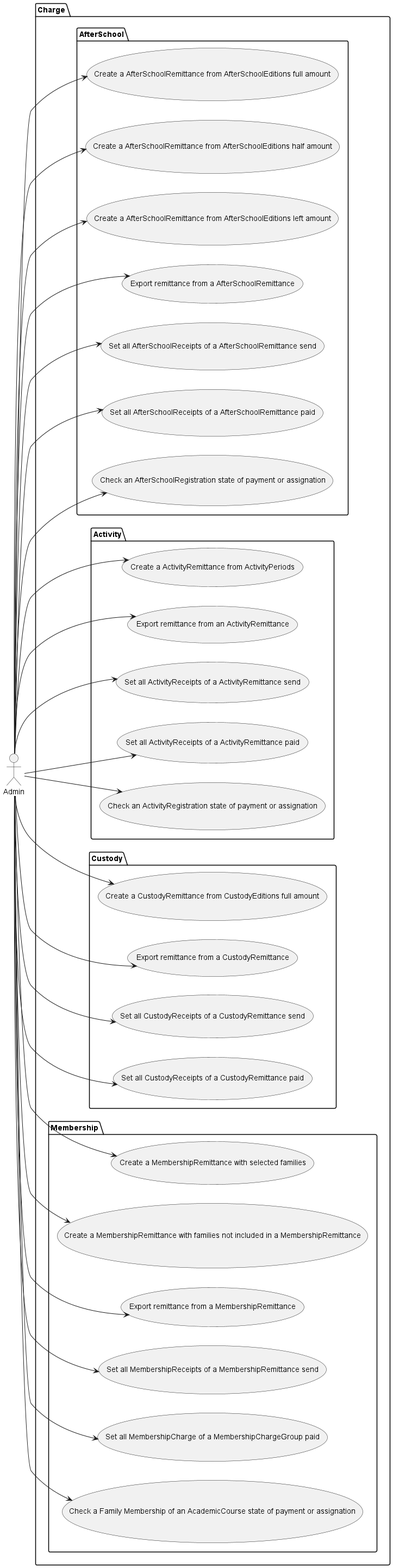
Before: doc/UseCasesDiagram/Charge/Charge.png, a diagram exported from PlantUML (IgnacioMaestro/ampa-manager).
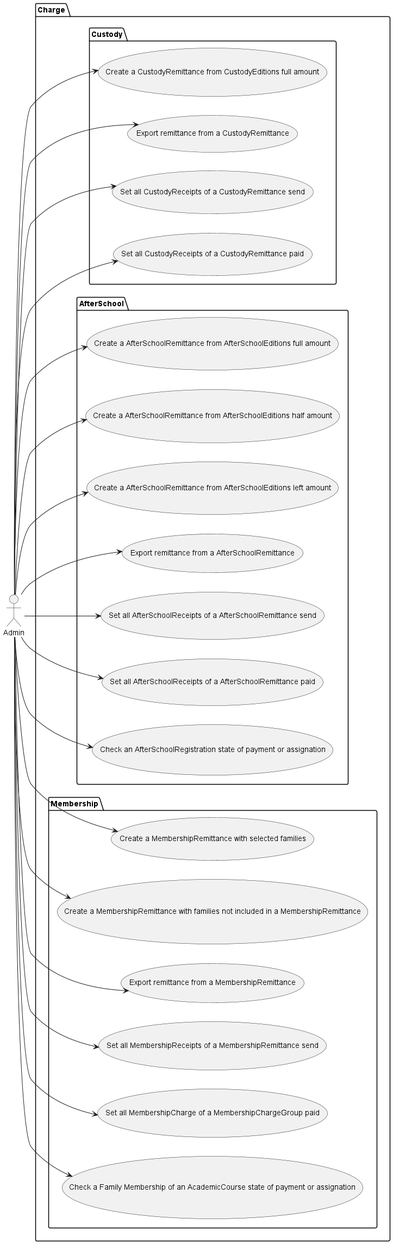
After the change.

The edit, as a diff of the source:
```diff
@@ -2,13 +2,6 @@
 left to right direction
 actor Admin
 package Charge {
-    package Activity{
-      Admin --> (Create a ActivityRemittance from ActivityPeriods)
-      Admin --> (Export remittance from an ActivityRemittance)
-      Admin --> (Set all ActivityReceipts of a ActivityRemittance send)
-      Admin --> (Set all ActivityReceipts of a ActivityRemittance paid)
-      Admin --> (Check an ActivityRegistration state of payment or assignation)
-    }
     package Custody{
       Admin --> (Create a CustodyRemittance from CustodyEditions full amount)
       Admin --> (Export remittance from a CustodyRemittance)
```
